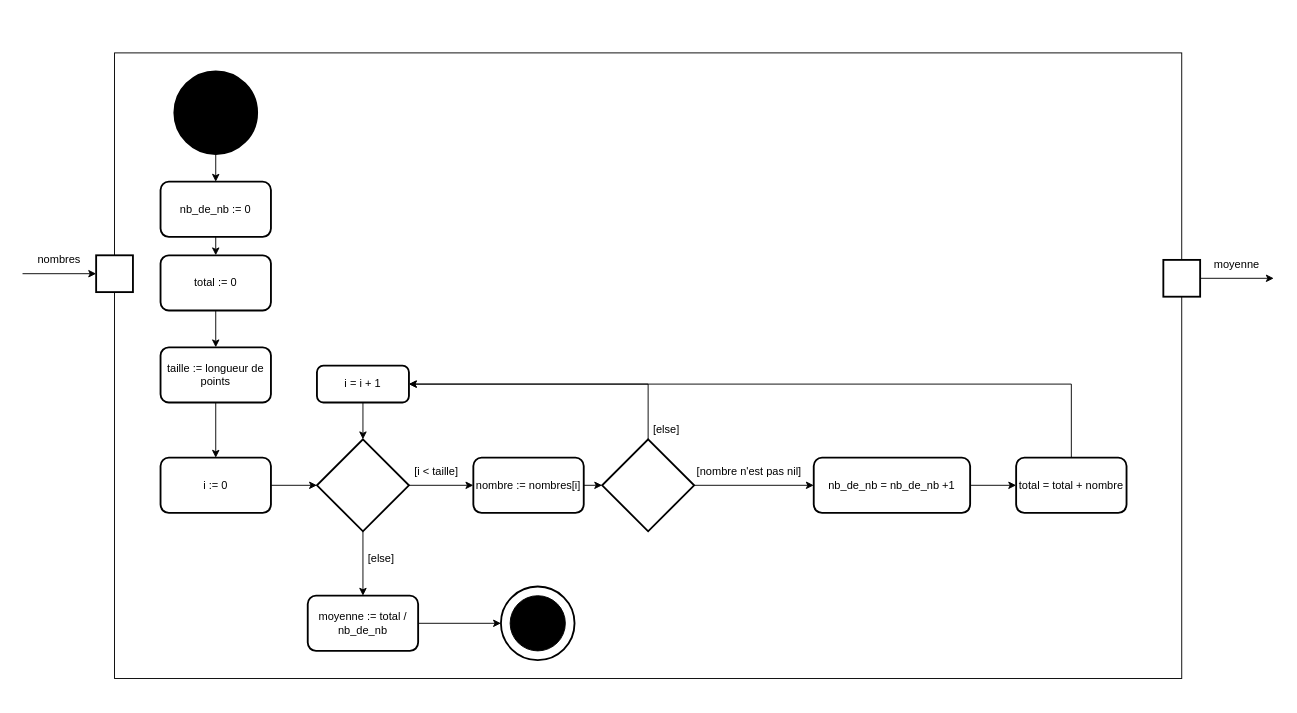
Before: report/UML/stats.moyenne.drawio in cidit/udes.gro.correction-de-capteurs-limites, a draw.io diagram. Source tidied: cells renumbered, new cells numbered last; positions are measured from the earlier drawing's top-left corner, leaving out a move shared by most shapes. Both pictures are drawn from the tidied source at 92%, with x=0, y=0 at pixel (22, 52).
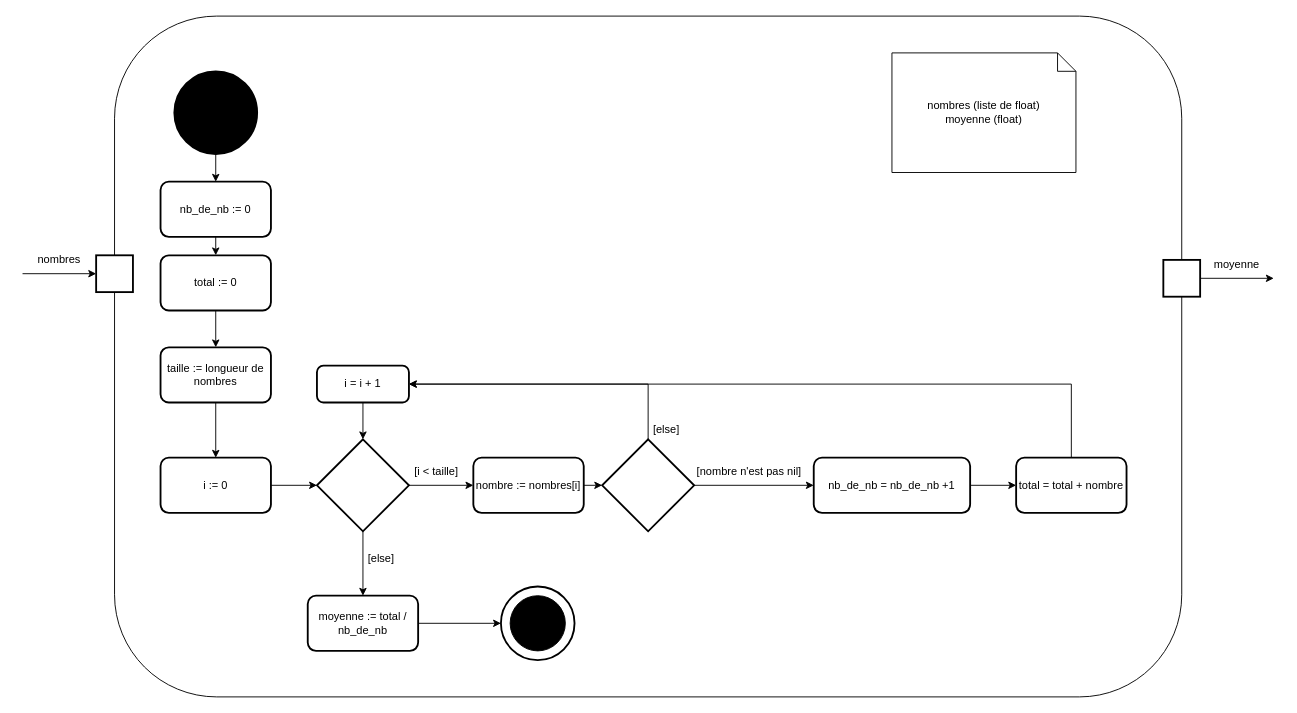
After the change.

Diff of the diagram source:
```diff
@@
-    <mxCell id="2" style="rounded=0;whiteSpace=wrap;html=1;fillColor=none;" parent="1" vertex="1">
-      <mxGeometry x="100" width="1160" height="680" as="geometry" />
-    </mxCell>
+    <mxCell id="42" style="rounded=1;whiteSpace=wrap;html=1;roundedPerimeter=1;fillColor=none;" parent="1" vertex="1">
+      <mxGeometry x="100" y="-40" width="1160" height="740" as="geometry" />
+    </mxCell>
@@
-    <mxCell id="16" value="taille := longueur de points" style="whiteSpace=wrap;html=1;rounded=1;strokeWidth=2;" parent="1" vertex="1">
+    <mxCell id="16" value="taille := longueur de nombres" style="whiteSpace=wrap;html=1;rounded=1;strokeWidth=2;" parent="1" vertex="1">
       <mxGeometry x="150" y="320" width="120" height="60" as="geometry" />
     </mxCell>
@@
+    <mxCell id="43" value="nombres (liste de float)&lt;div&gt;moyenne (float)&lt;/div&gt;" style="shape=note;size=20;whiteSpace=wrap;html=1;" parent="1" vertex="1">
+      <mxGeometry x="945" width="200" height="130" as="geometry" />
+    </mxCell>
```
